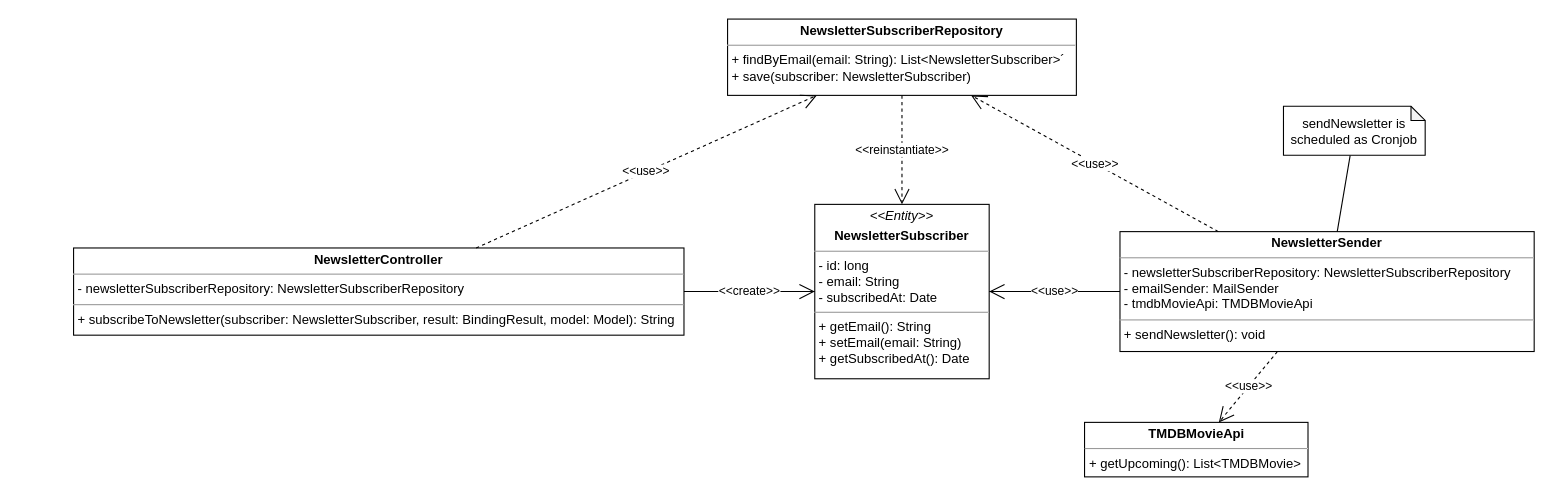
This is page "Newsletter" (2 of 4) of docs/class-diagrams.drawio from Chrish0r/movie-rator-project, a draw.io file, before an edit. Source tidied: cells renumbered, new cells numbered last; positions are measured from the earlier drawing's top-left corner, leaving out a move shared by most shapes. Both pictures are drawn from the tidied source at 109%, with x=0, y=0 at pixel (73, 19).
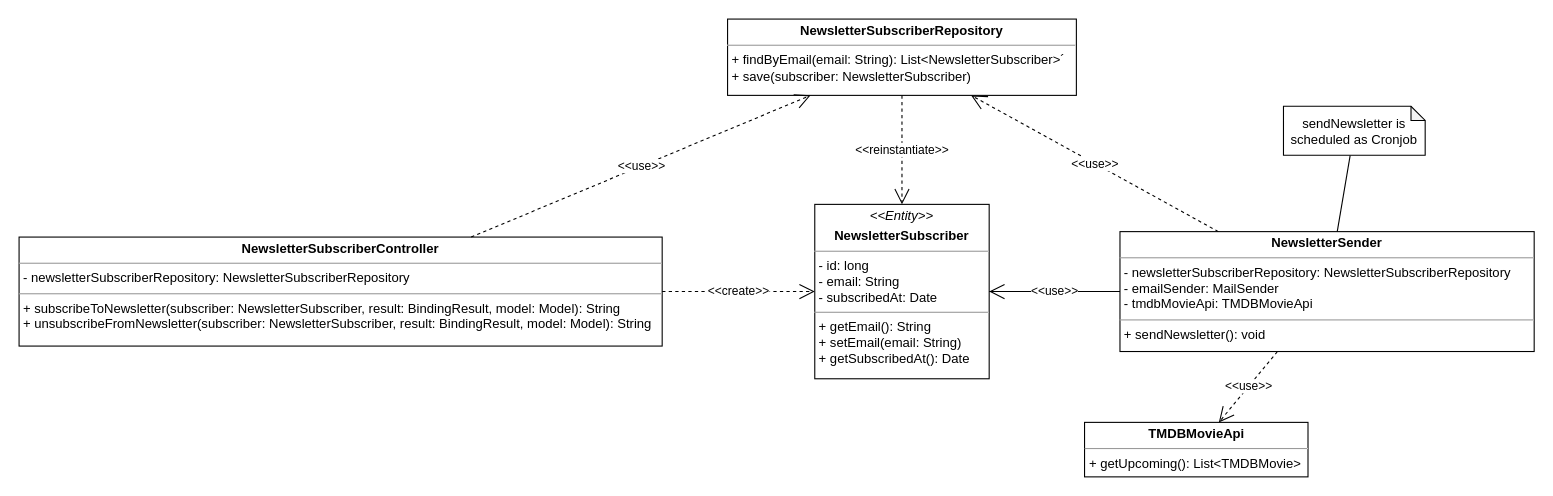
The same page after the edit.

The edit, as a diff of the source:
```diff
@@
 <mxGraphModel>
   <root>
     <mxCell id="0" />
     <mxCell id="1" parent="0" />
     <mxCell id="2" value="&lt;p style=&quot;margin:0px;margin-top:4px;text-align:center;&quot;&gt;&lt;i style=&quot;&quot;&gt;&amp;lt;&amp;lt;Entity&amp;gt;&amp;gt;&lt;/i&gt;&lt;/p&gt;&lt;p style=&quot;margin:0px;margin-top:4px;text-align:center;&quot;&gt;&lt;b&gt;NewsletterSubscriber&lt;/b&gt;&lt;/p&gt;&lt;hr size=&quot;1&quot;&gt;&lt;p style=&quot;margin:0px;margin-left:4px;&quot;&gt;- id: long&lt;/p&gt;&lt;p style=&quot;margin:0px;margin-left:4px;&quot;&gt;- email: String&lt;/p&gt;&lt;p style=&quot;margin:0px;margin-left:4px;&quot;&gt;- subscribedAt: Date&lt;/p&gt;&lt;hr size=&quot;1&quot;&gt;&lt;p style=&quot;margin:0px;margin-left:4px;&quot;&gt;+ getEmail(): String&lt;/p&gt;&lt;p style=&quot;margin:0px;margin-left:4px;&quot;&gt;+ setEmail(email: String)&lt;/p&gt;&lt;p style=&quot;margin:0px;margin-left:4px;&quot;&gt;+ getSubscribedAt(): Date&lt;/p&gt;" style="verticalAlign=top;align=left;overflow=fill;fontSize=12;fontFamily=Helvetica;html=1;" parent="1" vertex="1">
       <mxGeometry x="680" y="170" width="160" height="160" as="geometry" />
     </mxCell>
-    <mxCell id="3" style="edgeStyle=orthogonalEdgeStyle;rounded=0;jettySize=auto;html=1;startArrow=none;startFill=0;endArrow=none;endFill=0;" parent="1" edge="1" source="4" target="2">
-      <mxGeometry relative="1" as="geometry" />
-    </mxCell>
-    <mxCell id="4" value="&lt;p style=&quot;margin:0px;margin-top:4px;text-align:center;&quot;&gt;&lt;b&gt;NewsletterController&lt;/b&gt;&lt;/p&gt;&lt;hr size=&quot;1&quot;&gt;&lt;p style=&quot;margin:0px;margin-left:4px;&quot;&gt;- newsletterSubscriberRepository: NewsletterSubscriberRepository&lt;/p&gt;&lt;hr size=&quot;1&quot;&gt;&lt;p style=&quot;margin:0px;margin-left:4px;&quot;&gt;+ subscribeToNewsletter(subscriber: NewsletterSubscriber, result: BindingResult, model: Model): String&lt;/p&gt;" style="verticalAlign=top;align=left;overflow=fill;fontSize=12;fontFamily=Helvetica;html=1;" parent="1" vertex="1">
-      <mxGeometry y="210" width="560" height="80" as="geometry" />
+    <mxCell id="4" value="&lt;p style=&quot;margin:0px;margin-top:4px;text-align:center;&quot;&gt;&lt;b&gt;NewsletterSubscriberController&lt;/b&gt;&lt;/p&gt;&lt;hr size=&quot;1&quot;&gt;&lt;p style=&quot;margin:0px;margin-left:4px;&quot;&gt;- newsletterSubscriberRepository: NewsletterSubscriberRepository&lt;/p&gt;&lt;hr size=&quot;1&quot;&gt;&lt;p style=&quot;margin:0px;margin-left:4px;&quot;&gt;+ subscribeToNewsletter(subscriber: NewsletterSubscriber, result: BindingResult, model: Model): String&lt;/p&gt;&lt;p style=&quot;margin:0px;margin-left:4px;&quot;&gt;+ unsubscribeFromNewsletter(subscriber: NewsletterSubscriber, result: BindingResult, model: Model): String&lt;/p&gt;" style="verticalAlign=top;align=left;overflow=fill;fontSize=12;fontFamily=Helvetica;html=1;" parent="1" vertex="1">
+      <mxGeometry x="-50" y="200" width="590" height="100" as="geometry" />
     </mxCell>
     <mxCell id="5" value="&lt;p style=&quot;margin:0px;margin-top:4px;text-align:center;&quot;&gt;&lt;b&gt;NewsletterSubscriberRepository&lt;/b&gt;&lt;/p&gt;&lt;hr size=&quot;1&quot;&gt;&lt;p style=&quot;margin:0px;margin-left:4px;&quot;&gt;+ findByEmail(email: String): List&amp;lt;NewsletterSubscriber&amp;gt;´&lt;/p&gt;&lt;p style=&quot;margin:0px;margin-left:4px;&quot;&gt;+ save(subscriber: NewsletterSubscriber)&lt;/p&gt;" style="verticalAlign=top;align=left;overflow=fill;fontSize=12;fontFamily=Helvetica;html=1;" parent="1" vertex="1">
       <mxGeometry x="600" width="320" height="70" as="geometry" />
     </mxCell>
     <mxCell id="6" value="&amp;lt;&amp;lt;use&amp;gt;&amp;gt;" style="endArrow=open;endSize=12;dashed=1;html=1;rounded=0;" parent="1" edge="1" source="4" target="5">
       <mxGeometry relative="1" as="geometry" />
     </mxCell>
     <mxCell id="7" value="&amp;lt;&amp;lt;reinstantiate&amp;gt;&amp;gt;" style="endArrow=open;endSize=12;dashed=1;html=1;rounded=0;" parent="1" edge="1" source="5" target="2">
       <mxGeometry relative="1" as="geometry" />
     </mxCell>
     <mxCell id="8" style="edgeStyle=orthogonalEdgeStyle;rounded=0;jettySize=auto;html=1;startArrow=none;startFill=0;endArrow=none;endFill=0;" parent="1" edge="1" source="9" target="2">
       <mxGeometry relative="1" as="geometry" />
     </mxCell>
     <mxCell id="9" value="&lt;p style=&quot;margin:0px;margin-top:4px;text-align:center;&quot;&gt;&lt;b&gt;NewsletterSender&lt;/b&gt;&lt;/p&gt;&lt;hr size=&quot;1&quot;&gt;&lt;p style=&quot;margin:0px;margin-left:4px;&quot;&gt;- newsletterSubscriberRepository: NewsletterSubscriberRepository&lt;br&gt;&lt;/p&gt;&lt;p style=&quot;margin:0px;margin-left:4px;&quot;&gt;- emailSender: MailSender&lt;/p&gt;&lt;p style=&quot;margin:0px;margin-left:4px;&quot;&gt;- tmdbMovieApi: TMDBMovieApi&lt;/p&gt;&lt;hr size=&quot;1&quot;&gt;&lt;p style=&quot;margin:0px;margin-left:4px;&quot;&gt;+ sendNewsletter(): void&lt;/p&gt;" style="verticalAlign=top;align=left;overflow=fill;fontSize=12;fontFamily=Helvetica;html=1;" parent="1" vertex="1">
       <mxGeometry x="960" y="195" width="380" height="110" as="geometry" />
     </mxCell>
     <mxCell id="10" value="&lt;p style=&quot;margin:0px;margin-top:4px;text-align:center;&quot;&gt;&lt;b&gt;TMDBMovieApi&lt;/b&gt;&lt;/p&gt;&lt;hr size=&quot;1&quot;&gt;&lt;p style=&quot;margin:0px;margin-left:4px;&quot;&gt;+ getUpcoming(): List&amp;lt;TMDBMovie&amp;gt;&lt;/p&gt;" style="verticalAlign=top;align=left;overflow=fill;fontSize=12;fontFamily=Helvetica;html=1;" parent="1" vertex="1">
       <mxGeometry x="927.5" y="370" width="205" height="50" as="geometry" />
     </mxCell>
     <mxCell id="11" value="&amp;lt;&amp;lt;use&amp;gt;&amp;gt;" style="endArrow=open;endSize=12;dashed=1;html=1;rounded=0;" parent="1" edge="1" source="9" target="5">
       <mxGeometry relative="1" as="geometry" />
     </mxCell>
     <mxCell id="12" value="&amp;lt;&amp;lt;use&amp;gt;&amp;gt;" style="endArrow=open;endSize=12;dashed=1;html=1;rounded=0;" parent="1" edge="1" source="9" target="10">
       <mxGeometry relative="1" as="geometry" />
     </mxCell>
     <mxCell id="13" value="&amp;lt;&amp;lt;use&amp;gt;&amp;gt;" style="endArrow=open;endSize=12;dashed=1;html=1;rounded=0;" parent="1" edge="1" source="9" target="2">
       <mxGeometry relative="1" as="geometry" />
     </mxCell>
     <mxCell id="14" value="&amp;lt;&amp;lt;create&amp;gt;&amp;gt;" style="endArrow=open;endSize=12;dashed=1;html=1;rounded=0;" parent="1" edge="1" source="4" target="2">
       <mxGeometry relative="1" as="geometry" />
     </mxCell>
     <mxCell id="15" style="rounded=0;jettySize=auto;html=1;endArrow=none;endFill=0;" parent="1" edge="1" source="16" target="9">
       <mxGeometry relative="1" as="geometry" />
     </mxCell>
     <mxCell id="16" value="sendNewsletter is scheduled as Cronjob" style="shape=note;whiteSpace=wrap;html=1;backgroundOutline=1;darkOpacity=0.05;size=13;" parent="1" vertex="1">
       <mxGeometry x="1110" y="80" width="130" height="45" as="geometry" />
     </mxCell>
   </root>
 </mxGraphModel>
```
